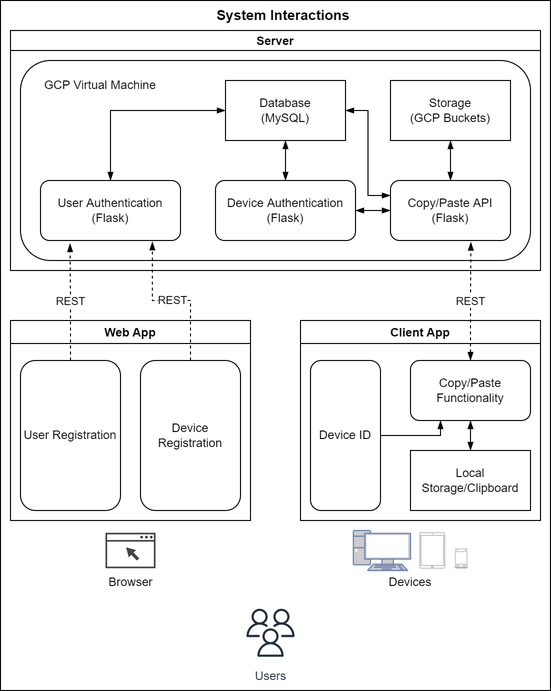
AishwaryaJayaramu/cloudboard keeps this draw.io diagram as assets/technical architecture diagram.png. Above is the earlier version. Source tidied: cells renumbered, new cells last; positions are measured from the earlier drawing's top-left corner, leaving out a move shared by most shapes.
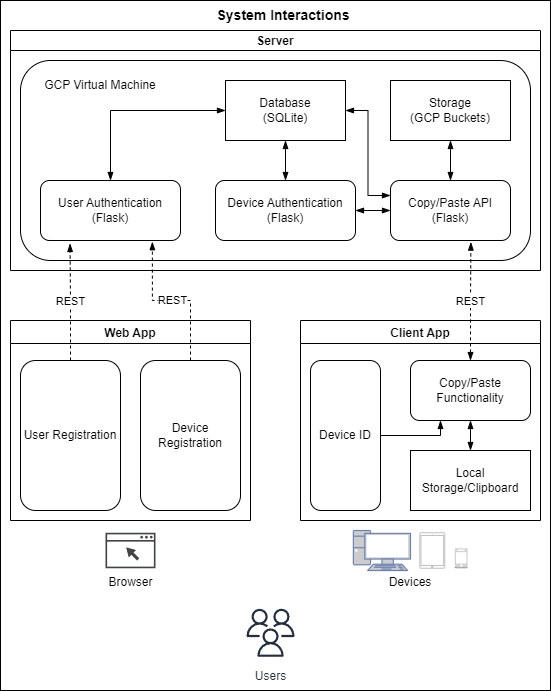
After the commit.

The edit, as a diff of the source:
```diff
@@ -2,111 +2,111 @@
   <root>
     <mxCell id="0" />
     <mxCell id="1" parent="0" />
-    <mxCell id="2" value="Server" style="swimlane;startSize=20;" parent="1" vertex="1">
-      <mxGeometry x="10" y="30" width="530" height="240" as="geometry" />
+    <mxCell id="2" style="rounded=0;whiteSpace=wrap;html=1;fontSize=14;fillColor=none;" parent="1" vertex="1">
+      <mxGeometry width="550" height="690" as="geometry" />
     </mxCell>
-    <mxCell id="3" style="rounded=1;whiteSpace=wrap;html=1;" parent="2" vertex="1">
-      <mxGeometry x="10" y="30" width="510" height="200" as="geometry" />
+    <mxCell id="3" value="Server" style="swimlane;startSize=20;" parent="1" vertex="1">
+      <mxGeometry x="10" y="30" width="530" height="240" as="geometry" />
     </mxCell>
-    <mxCell id="4" style="edgeStyle=orthogonalEdgeStyle;rounded=0;jettySize=auto;html=1;exitX=0.5;exitY=0;exitDx=0;exitDy=0;entryX=0;entryY=0.5;entryDx=0;entryDy=0;startArrow=blockThin;startFill=1;endArrow=blockThin;endFill=1;" parent="2" edge="1" source="5" target="13">
-      <mxGeometry relative="1" as="geometry">
-        <Array as="points">
-          <mxPoint x="100" y="80" />
-        </Array>
-      </mxGeometry>
+    <mxCell id="4" style="rounded=1;whiteSpace=wrap;html=1;" parent="3" vertex="1">
+      <mxGeometry x="10" y="30" width="510" height="200" as="geometry" />
     </mxCell>
-    <mxCell id="5" value="User Authentication&lt;br&gt;(Flask)" style="rounded=1;whiteSpace=wrap;html=1;" parent="2" vertex="1">
-      <mxGeometry x="30" y="150" width="140" height="60" as="geometry" />
+    <mxCell id="5" style="edgeStyle=orthogonalEdgeStyle;rounded=0;jettySize=auto;html=1;exitX=0.5;exitY=0;exitDx=0;exitDy=0;entryX=0;entryY=0.5;entryDx=0;entryDy=0;startArrow=blockThin;startFill=1;endArrow=blockThin;endFill=1;" parent="3" edge="1" source="6" target="14">
+      <mxGeometry relative="1" as="geometry">
+        <Array as="points">
+          <mxPoint x="100" y="80" />
+        </Array>
+      </mxGeometry>
     </mxCell>
-    <mxCell id="6" style="edgeStyle=orthogonalEdgeStyle;rounded=0;jettySize=auto;html=1;exitX=0.5;exitY=0;exitDx=0;exitDy=0;entryX=0.5;entryY=1;entryDx=0;entryDy=0;startArrow=blockThin;startFill=1;endArrow=blockThin;endFill=1;" parent="2" edge="1" source="7" target="13">
-      <mxGeometry relative="1" as="geometry" />
+    <mxCell id="6" value="User Authentication&lt;br&gt;(Flask)" style="rounded=1;whiteSpace=wrap;html=1;" parent="3" vertex="1">
+      <mxGeometry x="30" y="150" width="140" height="60" as="geometry" />
     </mxCell>
-    <mxCell id="7" value="Device Authentication&lt;br&gt;(Flask)" style="rounded=1;whiteSpace=wrap;html=1;" parent="2" vertex="1">
-      <mxGeometry x="205" y="150" width="140" height="60" as="geometry" />
+    <mxCell id="7" style="edgeStyle=orthogonalEdgeStyle;rounded=0;jettySize=auto;html=1;exitX=0.5;exitY=0;exitDx=0;exitDy=0;entryX=0.5;entryY=1;entryDx=0;entryDy=0;startArrow=blockThin;startFill=1;endArrow=blockThin;endFill=1;" parent="3" edge="1" source="8" target="14">
+      <mxGeometry relative="1" as="geometry" />
     </mxCell>
-    <mxCell id="8" style="edgeStyle=orthogonalEdgeStyle;rounded=0;jettySize=auto;html=1;exitX=0.5;exitY=0;exitDx=0;exitDy=0;entryX=0.5;entryY=1;entryDx=0;entryDy=0;startArrow=blockThin;startFill=1;endArrow=blockThin;endFill=1;" parent="2" edge="1" source="11" target="12">
-      <mxGeometry relative="1" as="geometry" />
+    <mxCell id="8" value="Device Authentication&lt;br&gt;(Flask)" style="rounded=1;whiteSpace=wrap;html=1;" parent="3" vertex="1">
+      <mxGeometry x="205" y="150" width="140" height="60" as="geometry" />
     </mxCell>
-    <mxCell id="9" style="edgeStyle=orthogonalEdgeStyle;rounded=0;jettySize=auto;html=1;exitX=0;exitY=0.25;exitDx=0;exitDy=0;entryX=1;entryY=0.5;entryDx=0;entryDy=0;startArrow=blockThin;startFill=1;endArrow=blockThin;endFill=1;" parent="2" edge="1" source="11" target="13">
+    <mxCell id="9" style="edgeStyle=orthogonalEdgeStyle;rounded=0;jettySize=auto;html=1;exitX=0.5;exitY=0;exitDx=0;exitDy=0;entryX=0.5;entryY=1;entryDx=0;entryDy=0;startArrow=blockThin;startFill=1;endArrow=blockThin;endFill=1;" parent="3" edge="1" source="12" target="13">
       <mxGeometry relative="1" as="geometry" />
     </mxCell>
-    <mxCell id="10" style="edgeStyle=orthogonalEdgeStyle;rounded=0;jettySize=auto;html=1;exitX=0;exitY=0.5;exitDx=0;exitDy=0;entryX=1;entryY=0.5;entryDx=0;entryDy=0;startArrow=blockThin;startFill=1;endArrow=blockThin;endFill=1;" parent="2" edge="1" source="11" target="7">
+    <mxCell id="10" style="edgeStyle=orthogonalEdgeStyle;rounded=0;jettySize=auto;html=1;exitX=0;exitY=0.25;exitDx=0;exitDy=0;entryX=1;entryY=0.5;entryDx=0;entryDy=0;startArrow=blockThin;startFill=1;endArrow=blockThin;endFill=1;" parent="3" edge="1" source="12" target="14">
       <mxGeometry relative="1" as="geometry" />
     </mxCell>
-    <mxCell id="11" value="Copy/Paste API&lt;br&gt;(Flask)" style="rounded=1;whiteSpace=wrap;html=1;" parent="2" vertex="1">
-      <mxGeometry x="380" y="150" width="120" height="60" as="geometry" />
+    <mxCell id="11" style="edgeStyle=orthogonalEdgeStyle;rounded=0;jettySize=auto;html=1;exitX=0;exitY=0.5;exitDx=0;exitDy=0;entryX=1;entryY=0.5;entryDx=0;entryDy=0;startArrow=blockThin;startFill=1;endArrow=blockThin;endFill=1;" parent="3" edge="1" source="12" target="8">
+      <mxGeometry relative="1" as="geometry" />
     </mxCell>
-    <mxCell id="12" value="Storage&lt;br&gt;(GCP Buckets)" style="rounded=0;whiteSpace=wrap;html=1;" parent="2" vertex="1">
-      <mxGeometry x="380" y="50" width="120" height="60" as="geometry" />
+    <mxCell id="12" value="Copy/Paste API&lt;br&gt;(Flask)" style="rounded=1;whiteSpace=wrap;html=1;" parent="3" vertex="1">
+      <mxGeometry x="380" y="150" width="120" height="60" as="geometry" />
     </mxCell>
-    <mxCell id="13" value="Database&lt;br&gt;(MySQL)" style="rounded=0;whiteSpace=wrap;html=1;" parent="2" vertex="1">
-      <mxGeometry x="215" y="50" width="120" height="60" as="geometry" />
+    <mxCell id="13" value="Storage&lt;br&gt;(GCP Buckets)" style="rounded=0;whiteSpace=wrap;html=1;" parent="3" vertex="1">
+      <mxGeometry x="380" y="50" width="120" height="60" as="geometry" />
     </mxCell>
-    <mxCell id="14" value="GCP Virtual Machine" style="text;html=1;strokeColor=none;fillColor=none;align=center;verticalAlign=middle;whiteSpace=wrap;rounded=0;" parent="2" vertex="1">
-      <mxGeometry x="20" y="40" width="140" height="30" as="geometry" />
+    <mxCell id="14" value="Database&lt;br&gt;(SQLite)" style="rounded=0;whiteSpace=wrap;html=1;" parent="3" vertex="1">
+      <mxGeometry x="215" y="50" width="120" height="60" as="geometry" />
     </mxCell>
-    <mxCell id="15" value="Web App" style="swimlane;" parent="1" vertex="1">
-      <mxGeometry x="10" y="320" width="240" height="200" as="geometry" />
+    <mxCell id="15" value="GCP Virtual Machine" style="text;html=1;strokeColor=none;fillColor=none;align=center;verticalAlign=middle;whiteSpace=wrap;rounded=0;" parent="3" vertex="1">
+      <mxGeometry x="20" y="40" width="140" height="30" as="geometry" />
     </mxCell>
-    <mxCell id="16" value="User Registration" style="rounded=1;whiteSpace=wrap;html=1;" parent="15" vertex="1">
-      <mxGeometry x="10" y="40" width="100" height="150" as="geometry" />
+    <mxCell id="16" value="Web App" style="swimlane;" parent="1" vertex="1">
+      <mxGeometry x="10" y="320" width="240" height="200" as="geometry" />
     </mxCell>
-    <mxCell id="17" value="Device Registration" style="rounded=1;whiteSpace=wrap;html=1;" parent="15" vertex="1">
-      <mxGeometry x="130" y="40" width="100" height="150" as="geometry" />
+    <mxCell id="17" value="User Registration" style="rounded=1;whiteSpace=wrap;html=1;" parent="16" vertex="1">
+      <mxGeometry x="10" y="40" width="100" height="150" as="geometry" />
     </mxCell>
-    <mxCell id="18" value="Client App" style="swimlane;" parent="1" vertex="1">
-      <mxGeometry x="300" y="320" width="240" height="200" as="geometry" />
+    <mxCell id="18" value="Device Registration" style="rounded=1;whiteSpace=wrap;html=1;" parent="16" vertex="1">
+      <mxGeometry x="130" y="40" width="100" height="150" as="geometry" />
     </mxCell>
-    <mxCell id="19" value="Local Storage/Clipboard" style="rounded=0;whiteSpace=wrap;html=1;" parent="18" vertex="1">
-      <mxGeometry x="110" y="130" width="120" height="60" as="geometry" />
+    <mxCell id="19" value="Client App" style="swimlane;" parent="1" vertex="1">
+      <mxGeometry x="300" y="320" width="240" height="200" as="geometry" />
     </mxCell>
-    <mxCell id="20" style="edgeStyle=orthogonalEdgeStyle;rounded=0;jettySize=auto;html=1;exitX=0.5;exitY=1;exitDx=0;exitDy=0;entryX=0.5;entryY=0;entryDx=0;entryDy=0;startArrow=blockThin;startFill=1;endArrow=blockThin;endFill=1;" parent="18" edge="1" source="22" target="19">
-      <mxGeometry relative="1" as="geometry" />
+    <mxCell id="20" value="Local Storage/Clipboard" style="rounded=0;whiteSpace=wrap;html=1;" parent="19" vertex="1">
+      <mxGeometry x="110" y="130" width="120" height="60" as="geometry" />
     </mxCell>
-    <mxCell id="21" style="edgeStyle=orthogonalEdgeStyle;rounded=0;jettySize=auto;html=1;exitX=1;exitY=0.5;exitDx=0;exitDy=0;entryX=0.25;entryY=1;entryDx=0;entryDy=0;startArrow=none;startFill=0;endArrow=blockThin;endFill=1;" parent="18" edge="1" source="23" target="22">
-      <mxGeometry relative="1" as="geometry">
-        <Array as="points">
-          <mxPoint x="140" y="115" />
-        </Array>
-      </mxGeometry>
+    <mxCell id="21" style="edgeStyle=orthogonalEdgeStyle;rounded=0;jettySize=auto;html=1;exitX=0.5;exitY=1;exitDx=0;exitDy=0;entryX=0.5;entryY=0;entryDx=0;entryDy=0;startArrow=blockThin;startFill=1;endArrow=blockThin;endFill=1;" parent="19" edge="1" source="23" target="20">
+      <mxGeometry relative="1" as="geometry" />
     </mxCell>
-    <mxCell id="22" value="Copy/Paste&lt;br&gt;Functionality" style="rounded=1;whiteSpace=wrap;html=1;" parent="18" vertex="1">
-      <mxGeometry x="110" y="40" width="120" height="60" as="geometry" />
+    <mxCell id="22" style="edgeStyle=orthogonalEdgeStyle;rounded=0;jettySize=auto;html=1;exitX=1;exitY=0.5;exitDx=0;exitDy=0;entryX=0.25;entryY=1;entryDx=0;entryDy=0;startArrow=none;startFill=0;endArrow=blockThin;endFill=1;" parent="19" edge="1" source="24" target="23">
+      <mxGeometry relative="1" as="geometry">
+        <Array as="points">
+          <mxPoint x="140" y="115" />
+        </Array>
+      </mxGeometry>
     </mxCell>
-    <mxCell id="23" value="Device ID" style="rounded=1;whiteSpace=wrap;html=1;" parent="18" vertex="1">
-      <mxGeometry x="10" y="40" width="70" height="150" as="geometry" />
+    <mxCell id="23" value="Copy/Paste&lt;br&gt;Functionality" style="rounded=1;whiteSpace=wrap;html=1;" parent="19" vertex="1">
+      <mxGeometry x="110" y="40" width="120" height="60" as="geometry" />
     </mxCell>
-    <mxCell id="24" value="REST" style="edgeStyle=orthogonalEdgeStyle;rounded=0;jettySize=auto;html=1;exitX=0.5;exitY=0;exitDx=0;exitDy=0;entryX=0.211;entryY=1.05;entryDx=0;entryDy=0;entryPerimeter=0;startArrow=none;startFill=0;endArrow=blockThin;endFill=1;dashed=1;" parent="1" edge="1" source="16" target="5">
-      <mxGeometry relative="1" as="geometry" />
+    <mxCell id="24" value="Device ID" style="rounded=1;whiteSpace=wrap;html=1;" parent="19" vertex="1">
+      <mxGeometry x="10" y="40" width="70" height="150" as="geometry" />
     </mxCell>
-    <mxCell id="25" value="REST" style="edgeStyle=orthogonalEdgeStyle;rounded=0;jettySize=auto;html=1;exitX=0.5;exitY=0;exitDx=0;exitDy=0;entryX=0.799;entryY=1.021;entryDx=0;entryDy=0;startArrow=none;startFill=0;endArrow=blockThin;endFill=1;entryPerimeter=0;dashed=1;" parent="1" edge="1" source="17" target="5">
+    <mxCell id="25" value="REST" style="edgeStyle=orthogonalEdgeStyle;rounded=0;jettySize=auto;html=1;exitX=0.5;exitY=0;exitDx=0;exitDy=0;entryX=0.211;entryY=1.05;entryDx=0;entryDy=0;entryPerimeter=0;startArrow=none;startFill=0;endArrow=blockThin;endFill=1;dashed=1;" parent="1" edge="1" source="17" target="6">
       <mxGeometry relative="1" as="geometry" />
     </mxCell>
-    <mxCell id="26" value="REST" style="edgeStyle=orthogonalEdgeStyle;rounded=0;jettySize=auto;html=1;startArrow=blockThin;startFill=1;endArrow=blockThin;endFill=1;dashed=1;entryX=0.67;entryY=1.027;entryDx=0;entryDy=0;entryPerimeter=0;" parent="1" edge="1" target="11">
-      <mxGeometry relative="1" as="geometry">
-        <mxPoint x="470" y="360" as="sourcePoint" />
-      </mxGeometry>
+    <mxCell id="26" value="REST" style="edgeStyle=orthogonalEdgeStyle;rounded=0;jettySize=auto;html=1;exitX=0.5;exitY=0;exitDx=0;exitDy=0;entryX=0.799;entryY=1.021;entryDx=0;entryDy=0;startArrow=none;startFill=0;endArrow=blockThin;endFill=1;entryPerimeter=0;dashed=1;" parent="1" edge="1" source="18" target="6">
+      <mxGeometry relative="1" as="geometry" />
     </mxCell>
-    <mxCell id="27" value="Browser" style="sketch=0;shadow=0;dashed=0;html=1;strokeColor=none;fillColor=#434445;labelPosition=center;verticalLabelPosition=bottom;verticalAlign=top;align=center;shape=mxgraph.vvd.web_browser;" parent="1" vertex="1">
-      <mxGeometry x="105" y="532.2" width="50" height="35.5" as="geometry" />
+    <mxCell id="27" value="REST" style="edgeStyle=orthogonalEdgeStyle;rounded=0;jettySize=auto;html=1;startArrow=blockThin;startFill=1;endArrow=blockThin;endFill=1;dashed=1;entryX=0.67;entryY=1.027;entryDx=0;entryDy=0;entryPerimeter=0;" parent="1" edge="1" target="12">
+      <mxGeometry relative="1" as="geometry">
+        <mxPoint x="470" y="360" as="sourcePoint" />
+      </mxGeometry>
     </mxCell>
-    <mxCell id="28" style="fontColor=#0066CC;verticalAlign=top;verticalLabelPosition=bottom;labelPosition=center;align=center;html=1;fillColor=#CCCCCC;strokeColor=#6881B3;gradientColor=none;gradientDirection=north;strokeWidth=2;shape=mxgraph.networks.pc;" parent="1" vertex="1">
-      <mxGeometry x="352.9" y="530" width="57.1" height="40" as="geometry" />
+    <mxCell id="28" value="Browser" style="sketch=0;shadow=0;dashed=0;html=1;strokeColor=none;fillColor=#434445;labelPosition=center;verticalLabelPosition=bottom;verticalAlign=top;align=center;shape=mxgraph.vvd.web_browser;" parent="1" vertex="1">
+      <mxGeometry x="105" y="532.2" width="50" height="35.5" as="geometry" />
     </mxCell>
-    <mxCell id="29" style="dashed=0;verticalLabelPosition=bottom;verticalAlign=top;align=center;html=1;shape=mxgraph.aws3.mobile_client;fillColor=#D2D3D3;gradientColor=none;" parent="1" vertex="1">
-      <mxGeometry x="454.3" y="547.8" width="12.9" height="20" as="geometry" />
+    <mxCell id="29" style="fontColor=#0066CC;verticalAlign=top;verticalLabelPosition=bottom;labelPosition=center;align=center;html=1;fillColor=#CCCCCC;strokeColor=#6881B3;gradientColor=none;gradientDirection=north;strokeWidth=2;shape=mxgraph.networks.pc;" parent="1" vertex="1">
+      <mxGeometry x="352.9" y="530" width="57.1" height="40" as="geometry" />
     </mxCell>
-    <mxCell id="30" style="html=1;verticalLabelPosition=bottom;labelBackgroundColor=#ffffff;verticalAlign=top;shadow=0;dashed=0;strokeWidth=1;shape=mxgraph.ios7.misc.ipad10inch;strokeColor=#c0c0c0;" parent="1" vertex="1">
-      <mxGeometry x="419.3" y="532.2" width="25" height="35.5" as="geometry" />
+    <mxCell id="30" style="dashed=0;verticalLabelPosition=bottom;verticalAlign=top;align=center;html=1;shape=mxgraph.aws3.mobile_client;fillColor=#D2D3D3;gradientColor=none;" parent="1" vertex="1">
+      <mxGeometry x="454.3" y="547.8" width="12.9" height="20" as="geometry" />
     </mxCell>
-    <mxCell id="31" value="Devices" style="text;html=1;strokeColor=none;fillColor=none;align=center;verticalAlign=middle;whiteSpace=wrap;rounded=0;" parent="1" vertex="1">
-      <mxGeometry x="380" y="567.2" width="60" height="30" as="geometry" />
+    <mxCell id="31" style="html=1;verticalLabelPosition=bottom;labelBackgroundColor=#ffffff;verticalAlign=top;shadow=0;dashed=0;strokeWidth=1;shape=mxgraph.ios7.misc.ipad10inch;strokeColor=#c0c0c0;" parent="1" vertex="1">
+      <mxGeometry x="419.3" y="532.2" width="25" height="35.5" as="geometry" />
     </mxCell>
-    <mxCell id="32" value="Users" style="sketch=0;fontColor=#232F3E;gradientColor=none;strokeColor=#232F3E;fillColor=#ffffff;dashed=0;verticalLabelPosition=bottom;verticalAlign=top;align=center;html=1;fontSize=12;fontStyle=0;shape=mxgraph.aws4.resourceIcon;resIcon=mxgraph.aws4.users;" parent="1" vertex="1">
-      <mxGeometry x="240" y="602.2" width="60" height="60" as="geometry" />
+    <mxCell id="32" value="Devices" style="text;html=1;strokeColor=none;fillColor=none;align=center;verticalAlign=middle;whiteSpace=wrap;rounded=0;" parent="1" vertex="1">
+      <mxGeometry x="380" y="567.2" width="60" height="30" as="geometry" />
     </mxCell>
-    <mxCell id="33" style="rounded=0;whiteSpace=wrap;html=1;fontSize=14;fillColor=none;" parent="1" vertex="1">
-      <mxGeometry width="550" height="690" as="geometry" />
+    <mxCell id="33" value="Users" style="sketch=0;fontColor=#232F3E;gradientColor=none;strokeColor=#232F3E;fillColor=#ffffff;dashed=0;verticalLabelPosition=bottom;verticalAlign=top;align=center;html=1;fontSize=12;fontStyle=0;shape=mxgraph.aws4.resourceIcon;resIcon=mxgraph.aws4.users;" parent="1" vertex="1">
+      <mxGeometry x="240" y="602.2" width="60" height="60" as="geometry" />
     </mxCell>
     <mxCell id="34" value="System Interactions" style="text;html=1;strokeColor=none;fillColor=none;align=center;verticalAlign=middle;whiteSpace=wrap;rounded=0;fontStyle=1;fontSize=14;" parent="1" vertex="1">
       <mxGeometry x="212.8" width="140" height="30" as="geometry" />
```
